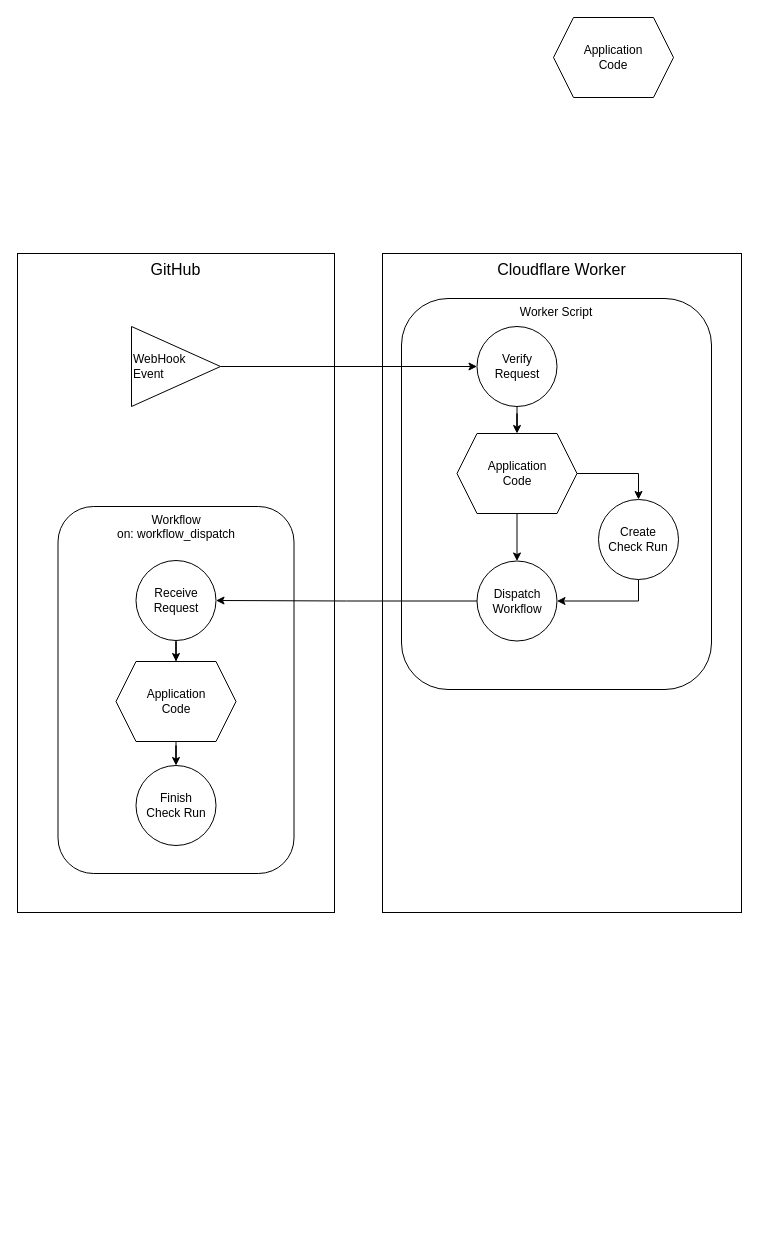
jill64/octoflare keeps this draw.io diagram as docs/workflow.drawio. Above is the earlier version. Source tidied: cells renumbered, new cells numbered last; positions are measured from the earlier drawing's top-left corner, leaving out a move shared by most shapes. Both pictures are drawn from the tidied source at 100%, with x=0, y=0 at pixel (17, 17).
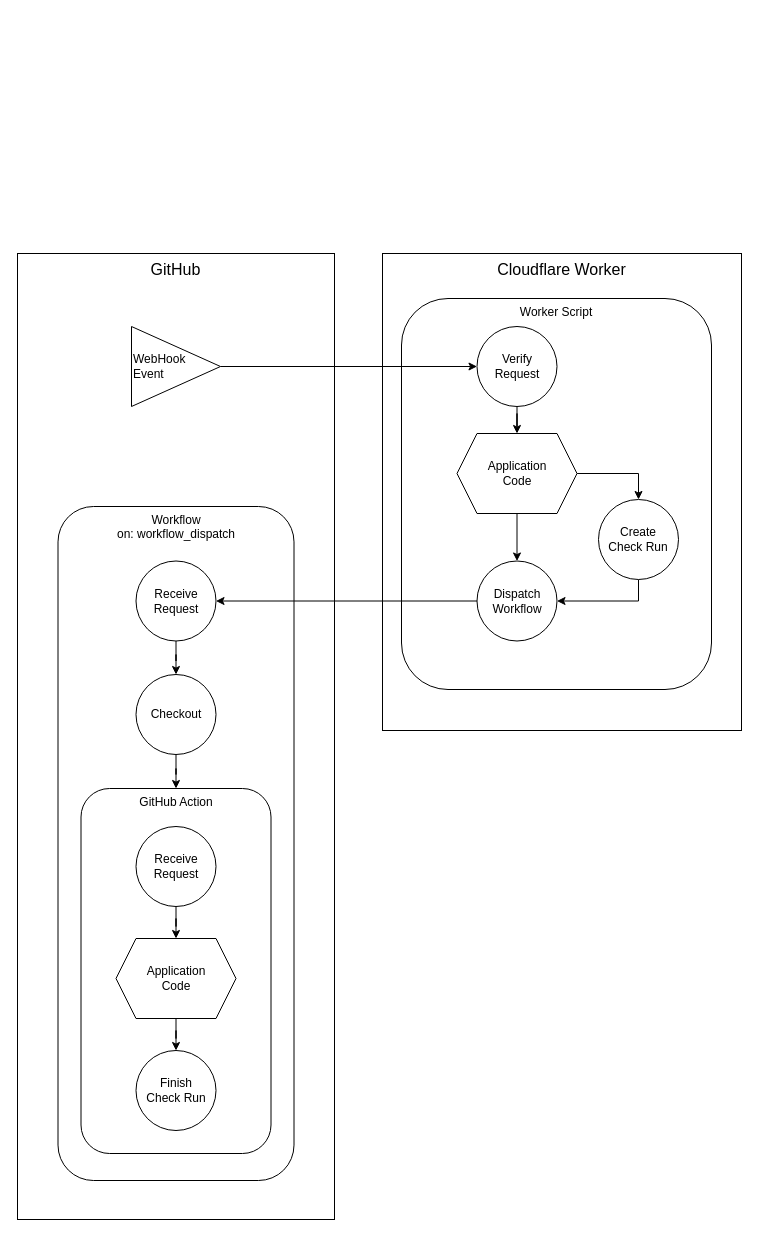
The same page after the edit.

Unchanged cells that the change refers to:
```xml
<mxCell id="19" value="Dispatch&lt;br&gt;Workflow" style="ellipse;whiteSpace=wrap;html=1;" parent="1" vertex="1">
  <mxGeometry x="459.5" y="543.5" width="80" height="80" as="geometry" />
</mxCell>
```

What changed in the source:
```diff
@@
     <mxCell id="2" value="&lt;font style=&quot;font-size: 16px;&quot;&gt;GitHub&lt;/font&gt;" style="whiteSpace=wrap;html=1;align=center;verticalAlign=top;" parent="1" vertex="1">
-      <mxGeometry y="236" width="317" height="659" as="geometry" />
+      <mxGeometry y="236" width="317" height="966" as="geometry" />
     </mxCell>
+    <mxCell id="4" value="Workflow&lt;br&gt;on: workflow_dispatch" style="rounded=1;whiteSpace=wrap;html=1;align=center;verticalAlign=top;" parent="1" vertex="1">
+      <mxGeometry x="40.5" y="489" width="236" height="674" as="geometry" />
+    </mxCell>
+    <mxCell id="23" value="GitHub Action" style="rounded=1;whiteSpace=wrap;html=1;align=center;verticalAlign=top;" parent="1" vertex="1">
+      <mxGeometry x="63.5" y="771" width="190" height="365" as="geometry" />
+    </mxCell>
     <mxCell id="3" value="&lt;font style=&quot;font-size: 16px;&quot;&gt;Cloudflare Worker&lt;/font&gt;" style="whiteSpace=wrap;html=1;align=center;verticalAlign=top;" parent="1" vertex="1">
-      <mxGeometry x="365" y="236" width="359" height="659" as="geometry" />
+      <mxGeometry x="365" y="236" width="359" height="477" as="geometry" />
     </mxCell>
-    <mxCell id="4" value="Workflow&lt;br&gt;on: workflow_dispatch" style="rounded=1;whiteSpace=wrap;html=1;align=center;verticalAlign=top;" parent="1" vertex="1">
-      <mxGeometry x="40.5" y="489" width="236" height="367" as="geometry" />
-    </mxCell>
@@
     <mxCell id="8" value="Finish&lt;br&gt;Check Run" style="ellipse;whiteSpace=wrap;html=1;" parent="1" vertex="1">
-      <mxGeometry x="118.5" y="748" width="80" height="80" as="geometry" />
+      <mxGeometry x="118.5" y="1033" width="80" height="80" as="geometry" />
     </mxCell>
-    <mxCell id="9" value="Application&lt;br style=&quot;border-color: var(--border-color);&quot;&gt;Code" style="shape=hexagon;perimeter=hexagonPerimeter2;whiteSpace=wrap;html=1;fixedSize=1;" parent="1" vertex="1">
-      <mxGeometry x="536" width="120" height="80" as="geometry" />
-    </mxCell>
@@
     <mxCell id="11" value="Application&lt;br style=&quot;border-color: var(--border-color);&quot;&gt;Code" style="shape=hexagon;perimeter=hexagonPerimeter2;whiteSpace=wrap;html=1;fixedSize=1;" parent="1" vertex="1">
-      <mxGeometry x="98.5" y="644" width="120" height="80" as="geometry" />
+      <mxGeometry x="98.5" y="921" width="120" height="80" as="geometry" />
     </mxCell>
@@
     <mxCell id="13" value="Receive&lt;br&gt;Request" style="ellipse;whiteSpace=wrap;html=1;" parent="1" vertex="1">
-      <mxGeometry x="118.5" y="543" width="80" height="80" as="geometry" />
+      <mxGeometry x="118.5" y="809" width="80" height="80" as="geometry" />
     </mxCell>
@@
-    <mxCell id="18" style="edgeStyle=orthogonalEdgeStyle;rounded=0;jettySize=auto;html=1;" parent="1" edge="1" source="19" target="13">
-      <mxGeometry relative="1" as="geometry" />
-    </mxCell>
+    <mxCell id="24" style="edgeStyle=orthogonalEdgeStyle;rounded=0;jettySize=auto;html=1;" parent="1" edge="1" source="19" target="28">
+      <mxGeometry relative="1" as="geometry" />
+    </mxCell>
@@
+    <mxCell id="25" style="edgeStyle=orthogonalEdgeStyle;rounded=0;jettySize=auto;html=1;" parent="1" edge="1" source="26" target="23">
+      <mxGeometry relative="1" as="geometry" />
+    </mxCell>
+    <mxCell id="26" value="Checkout" style="ellipse;whiteSpace=wrap;html=1;" parent="1" vertex="1">
+      <mxGeometry x="118.5" y="657" width="80" height="80" as="geometry" />
+    </mxCell>
+    <mxCell id="27" style="edgeStyle=orthogonalEdgeStyle;rounded=0;jettySize=auto;html=1;" parent="1" edge="1" source="28" target="26">
+      <mxGeometry relative="1" as="geometry" />
+    </mxCell>
+    <mxCell id="28" value="Receive&lt;br&gt;Request" style="ellipse;whiteSpace=wrap;html=1;" parent="1" vertex="1">
+      <mxGeometry x="118.5" y="543.5" width="80" height="80" as="geometry" />
+    </mxCell>
```
